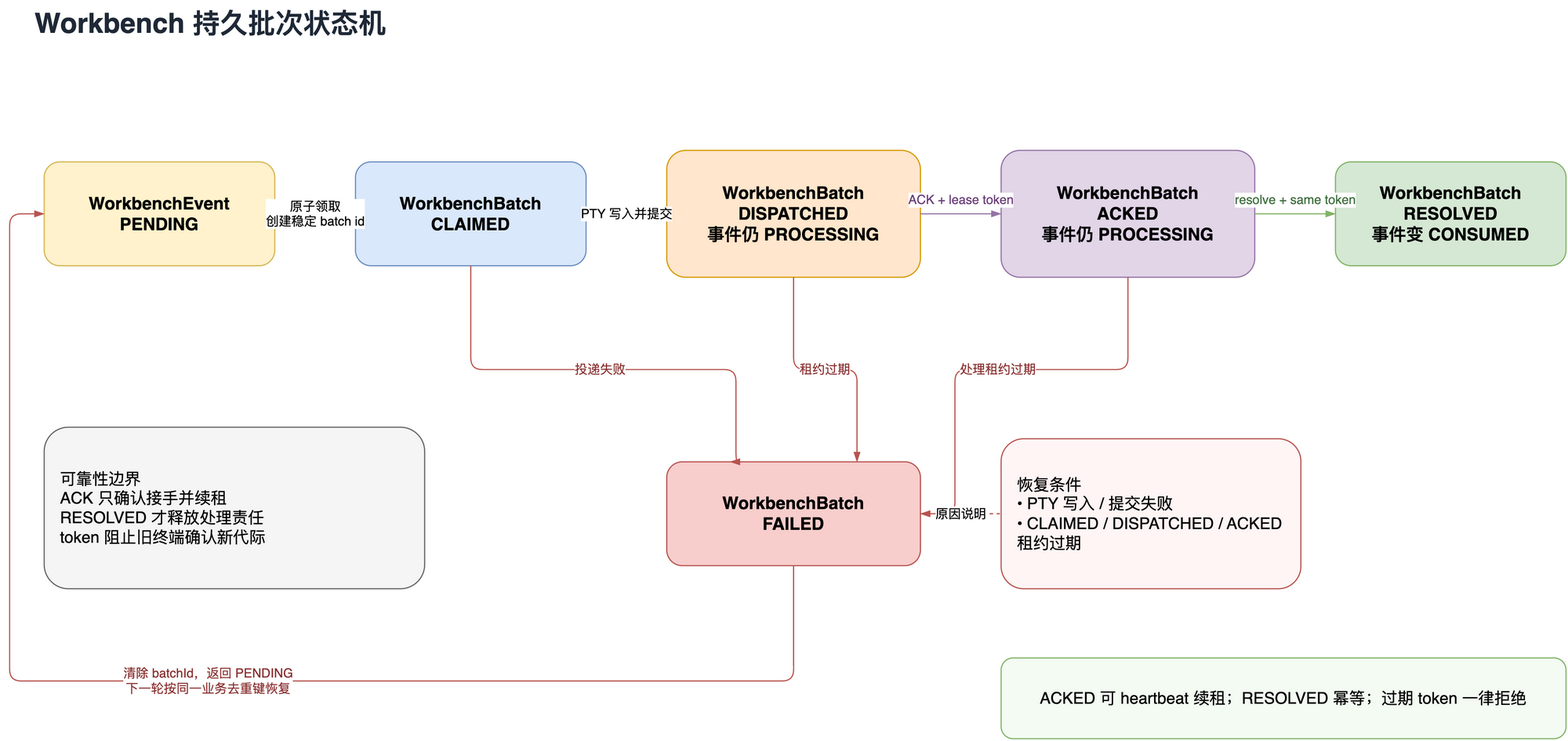
jp-liu/tower keeps this draw.io diagram as docs/diagrams/workbench-batch-state-machine.drawio.png. Above is the earlier version. Source tidied: cells renumbered, new cells last; positions are measured from the earlier drawing's top-left corner, leaving out a move shared by most shapes. Source of this version:
```xml
<mxGraphModel>
  <root>
    <mxCell id="0" />
    <mxCell id="1" parent="0" />
    <mxCell id="2" value="Workbench 持久批次状态机" style="text;html=1;align=left;verticalAlign=middle;fontSize=24;fontStyle=1;fontColor=#1f2937;" parent="1" vertex="1">
      <mxGeometry x="20" width="800" height="40" as="geometry" />
    </mxCell>
    <mxCell id="3" value="WorkbenchEvent&#10;PENDING" style="rounded=1;whiteSpace=wrap;html=1;fillColor=#fff2cc;strokeColor=#d6b656;fontSize=15;fontStyle=1;" parent="1" vertex="1">
      <mxGeometry x="30" y="140" width="200" height="90" as="geometry" />
    </mxCell>
    <mxCell id="4" value="WorkbenchBatch&#10;CLAIMED" style="rounded=1;whiteSpace=wrap;html=1;fillColor=#dae8fc;strokeColor=#6c8ebf;fontSize=15;fontStyle=1;" parent="1" vertex="1">
      <mxGeometry x="300" y="140" width="200" height="90" as="geometry" />
    </mxCell>
    <mxCell id="5" value="WorkbenchBatch&#10;DISPATCHED&#10;事件仍 PROCESSING" style="rounded=1;whiteSpace=wrap;html=1;fillColor=#ffe6cc;strokeColor=#d79b00;fontSize=15;fontStyle=1;" parent="1" vertex="1">
      <mxGeometry x="570" y="130" width="220" height="110" as="geometry" />
    </mxCell>
    <mxCell id="6" value="WorkbenchBatch&#10;ACKED&#10;事件仍 PROCESSING" style="rounded=1;whiteSpace=wrap;html=1;fillColor=#e1d5e7;strokeColor=#9673a6;fontSize=15;fontStyle=1;" parent="1" vertex="1">
      <mxGeometry x="860" y="130" width="220" height="110" as="geometry" />
    </mxCell>
    <mxCell id="7" value="WorkbenchBatch&#10;RESOLVED&#10;事件变 CONSUMED" style="rounded=1;whiteSpace=wrap;html=1;fillColor=#d5e8d4;strokeColor=#82b366;fontSize=15;fontStyle=1;" parent="1" vertex="1">
      <mxGeometry x="1150" y="140" width="200" height="90" as="geometry" />
    </mxCell>
    <mxCell id="8" value="WorkbenchBatch&#10;FAILED" style="rounded=1;whiteSpace=wrap;html=1;fillColor=#f8cecc;strokeColor=#b85450;fontSize=15;fontStyle=1;" parent="1" vertex="1">
      <mxGeometry x="570" y="400" width="220" height="90" as="geometry" />
    </mxCell>
    <mxCell id="9" value="恢复条件&#10;• PTY 写入 / 提交失败&#10;• CLAIMED / DISPATCHED / ACKED 租约过期" style="rounded=1;whiteSpace=wrap;html=1;fillColor=#fff5f5;strokeColor=#b85450;align=left;spacingLeft=12;fontSize=14;" parent="1" vertex="1">
      <mxGeometry x="860" y="380" width="260" height="130" as="geometry" />
    </mxCell>
    <mxCell id="10" value="可靠性边界&#10;ACK 只确认接手并续租&#10;RESOLVED 才释放处理责任&#10;token 阻止旧终端确认新代际" style="rounded=1;whiteSpace=wrap;html=1;fillColor=#f5f5f5;strokeColor=#666666;align=left;spacingLeft=12;fontSize=14;" parent="1" vertex="1">
      <mxGeometry x="30" y="370" width="330" height="140" as="geometry" />
    </mxCell>
    <mxCell id="11" value="原子领取&#10;创建稳定 batch id" style="edgeStyle=orthogonalEdgeStyle;rounded=1;jettySize=auto;html=1;endArrow=blockThin;exitX=1;exitY=0.5;entryX=0;entryY=0.5;labelBackgroundColor=#ffffff;" parent="1" edge="1" source="3" target="4">
      <mxGeometry relative="1" as="geometry" />
    </mxCell>
    <mxCell id="12" value="PTY 写入并提交" style="edgeStyle=orthogonalEdgeStyle;rounded=1;jettySize=auto;html=1;endArrow=blockThin;exitX=1;exitY=0.5;entryX=0;entryY=0.5;labelBackgroundColor=#ffffff;" parent="1" edge="1" source="4" target="5">
      <mxGeometry relative="1" as="geometry" />
    </mxCell>
    <mxCell id="13" value="ACK + lease token" style="edgeStyle=orthogonalEdgeStyle;rounded=1;jettySize=auto;html=1;endArrow=blockThin;strokeColor=#9673a6;fontColor=#6b3f7a;exitX=1;exitY=0.5;entryX=0;entryY=0.5;labelBackgroundColor=#ffffff;" parent="1" edge="1" source="5" target="6">
      <mxGeometry relative="1" as="geometry">
        <mxPoint y="-12" as="offset" />
      </mxGeometry>
    </mxCell>
    <mxCell id="14" value="resolve + same token" style="edgeStyle=orthogonalEdgeStyle;rounded=1;jettySize=auto;html=1;endArrow=blockThin;strokeColor=#82b366;fontColor=#3f6f3f;exitX=1;exitY=0.5;entryX=0;entryY=0.5;labelBackgroundColor=#ffffff;" parent="1" edge="1" source="6" target="7">
      <mxGeometry relative="1" as="geometry">
        <mxPoint y="-12" as="offset" />
      </mxGeometry>
    </mxCell>
    <mxCell id="15" value="投递失败" style="edgeStyle=orthogonalEdgeStyle;rounded=1;jettySize=auto;html=1;endArrow=blockThin;strokeColor=#b85450;fontColor=#8a3030;exitX=0.5;exitY=1;entryX=0.25;entryY=0;labelBackgroundColor=#ffffff;" parent="1" edge="1" source="4" target="8">
      <mxGeometry relative="1" as="geometry">
        <Array as="points">
          <mxPoint x="400" y="320" />
          <mxPoint x="630" y="320" />
        </Array>
      </mxGeometry>
    </mxCell>
    <mxCell id="16" value="租约过期" style="edgeStyle=orthogonalEdgeStyle;rounded=1;jettySize=auto;html=1;endArrow=blockThin;strokeColor=#b85450;fontColor=#8a3030;exitX=0.5;exitY=1;entryX=0.75;entryY=0;labelBackgroundColor=#ffffff;" parent="1" edge="1" source="5" target="8">
      <mxGeometry relative="1" as="geometry" />
    </mxCell>
    <mxCell id="17" value="处理租约过期" style="edgeStyle=orthogonalEdgeStyle;rounded=1;jettySize=auto;html=1;endArrow=blockThin;strokeColor=#b85450;fontColor=#8a3030;exitX=0.5;exitY=1;entryX=1;entryY=0.5;labelBackgroundColor=#ffffff;" parent="1" edge="1" source="6" target="8">
      <mxGeometry relative="1" as="geometry">
        <Array as="points">
          <mxPoint x="970" y="320" />
          <mxPoint x="820" y="320" />
          <mxPoint x="820" y="445" />
        </Array>
      </mxGeometry>
    </mxCell>
    <mxCell id="18" value="原因说明" style="edgeStyle=orthogonalEdgeStyle;rounded=1;jettySize=auto;html=1;endArrow=none;dashed=1;strokeColor=#b85450;exitX=1;exitY=0.5;entryX=0;entryY=0.5;" parent="1" edge="1" source="8" target="9">
      <mxGeometry relative="1" as="geometry" />
    </mxCell>
    <mxCell id="19" value="清除 batchId，返回 PENDING&#10;下一轮按同一业务去重键恢复" style="edgeStyle=orthogonalEdgeStyle;rounded=1;jettySize=auto;html=1;endArrow=blockThin;strokeColor=#b85450;fontColor=#8a3030;exitX=0.5;exitY=1;entryX=0;entryY=0.5;labelBackgroundColor=#ffffff;" parent="1" edge="1" source="8" target="3">
      <mxGeometry relative="1" as="geometry">
        <Array as="points">
          <mxPoint x="680" y="590" />
          <mxPoint y="590" />
          <mxPoint y="185" />
        </Array>
      </mxGeometry>
    </mxCell>
    <mxCell id="20" value="ACKED 可 heartbeat 续租；RESOLVED 幂等；过期 token 一律拒绝" style="rounded=1;whiteSpace=wrap;html=1;fillColor=#f3fbf3;strokeColor=#82b366;fontSize=14;" parent="1" vertex="1">
      <mxGeometry x="860" y="570" width="490" height="70" as="geometry" />
    </mxCell>
  </root>
</mxGraphModel>
```
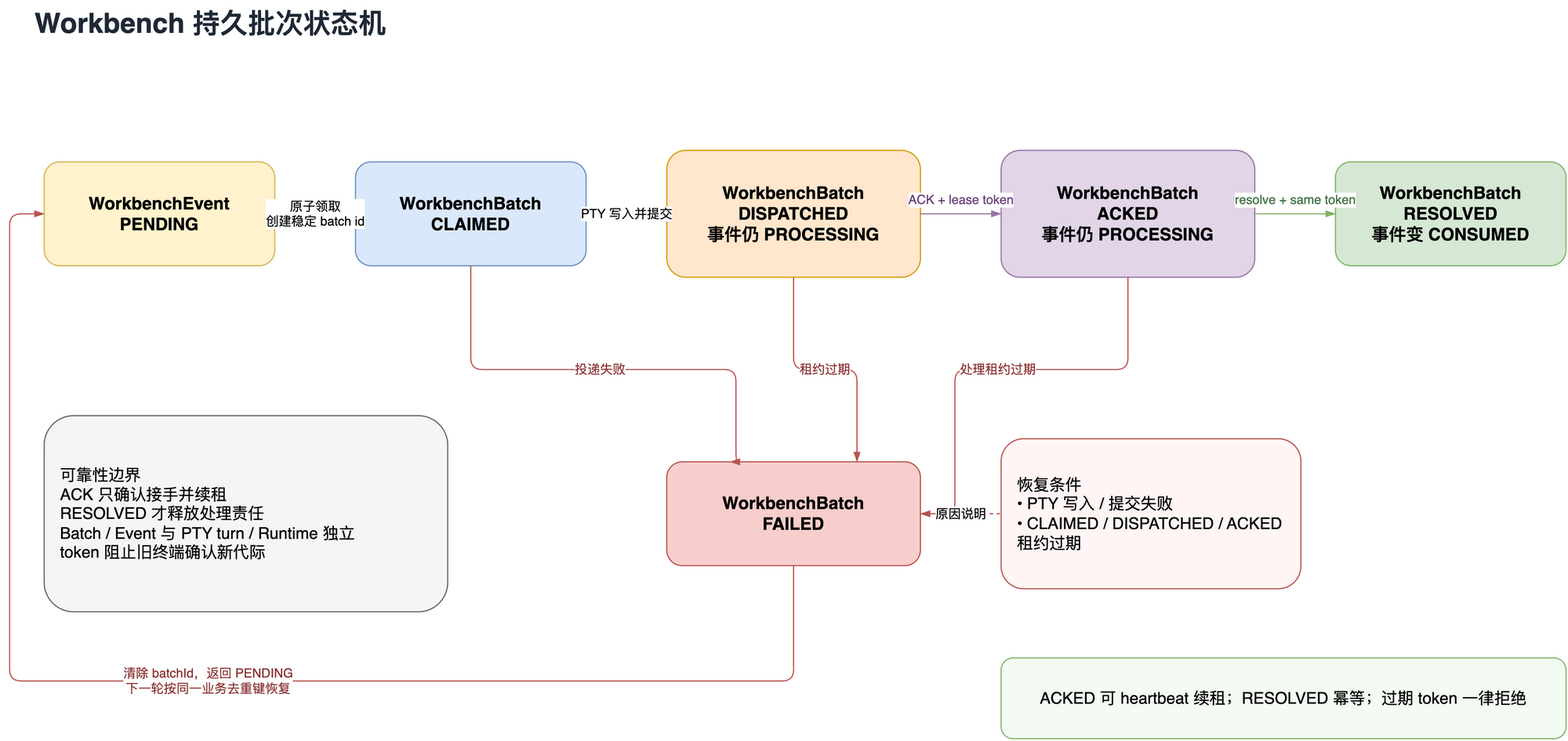
Later version of the same file.

The edit, as a diff of the source:
```diff
@@ -26,8 +26,8 @@
     <mxCell id="9" value="恢复条件&#10;• PTY 写入 / 提交失败&#10;• CLAIMED / DISPATCHED / ACKED 租约过期" style="rounded=1;whiteSpace=wrap;html=1;fillColor=#fff5f5;strokeColor=#b85450;align=left;spacingLeft=12;fontSize=14;" parent="1" vertex="1">
       <mxGeometry x="860" y="380" width="260" height="130" as="geometry" />
     </mxCell>
-    <mxCell id="10" value="可靠性边界&#10;ACK 只确认接手并续租&#10;RESOLVED 才释放处理责任&#10;token 阻止旧终端确认新代际" style="rounded=1;whiteSpace=wrap;html=1;fillColor=#f5f5f5;strokeColor=#666666;align=left;spacingLeft=12;fontSize=14;" parent="1" vertex="1">
-      <mxGeometry x="30" y="370" width="330" height="140" as="geometry" />
+    <mxCell id="10" value="可靠性边界&#10;ACK 只确认接手并续租&#10;RESOLVED 才释放处理责任&#10;Batch / Event 与 PTY turn / Runtime 独立&#10;token 阻止旧终端确认新代际" style="rounded=1;whiteSpace=wrap;html=1;fillColor=#f5f5f5;strokeColor=#666666;align=left;spacingLeft=12;fontSize=14;" parent="1" vertex="1">
+      <mxGeometry x="30" y="360" width="350" height="170" as="geometry" />
     </mxCell>
     <mxCell id="11" value="原子领取&#10;创建稳定 batch id" style="edgeStyle=orthogonalEdgeStyle;rounded=1;jettySize=auto;html=1;endArrow=blockThin;exitX=1;exitY=0.5;entryX=0;entryY=0.5;labelBackgroundColor=#ffffff;" parent="1" edge="1" source="3" target="4">
       <mxGeometry relative="1" as="geometry" />
```
